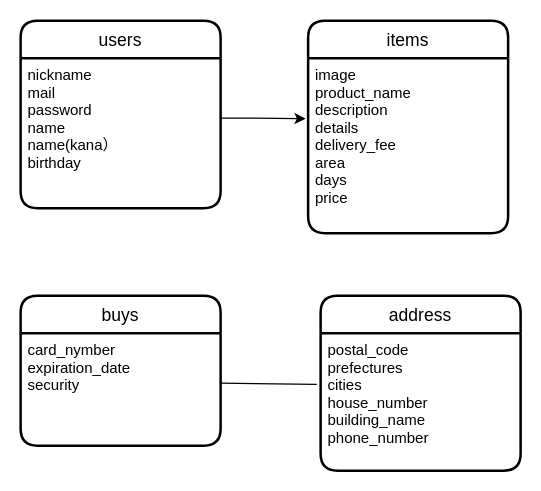
Earlier version of the draw.io diagram page "ページ1" (1 of 3) of ER.dio (33-toshi/furima-33348). Source tidied: cells renumbered, new cells numbered last; positions are measured from the earlier drawing's top-left corner, leaving out a move shared by most shapes. Both pictures are drawn from the tidied source at 125%, with x=0, y=0 at pixel (20, 20).
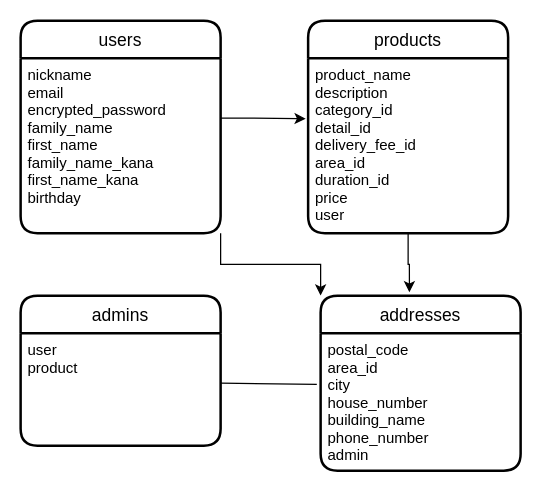
The same page after the edit.

The edit, as a diff of the source:
```diff
@@
 <mxGraphModel>
   <root>
     <mxCell id="0" />
     <mxCell id="1" parent="0" />
     <mxCell id="2" value="users" style="swimlane;horizontal=1;startSize=30;rounded=1;fontSize=14;fontStyle=0;strokeWidth=2;shadow=0;dashed=0;align=center;" parent="1" vertex="1">
-      <mxGeometry width="160" height="150" as="geometry" />
+      <mxGeometry width="160" height="170" as="geometry" />
     </mxCell>
-    <mxCell id="3" value="nickname&#10;mail&#10;password&#10;name&#10;name(kana）&#10;birthday" style="align=left;strokeColor=none;fillColor=none;spacingLeft=4;fontSize=12;verticalAlign=top;" parent="2" vertex="1">
-      <mxGeometry y="30" width="160" height="120" as="geometry" />
+    <mxCell id="3" value="nickname&#10;email&#10;encrypted_password&#10;family_name&#10;first_name&#10;family_name_kana&#10;first_name_kana&#10;birthday" style="align=left;strokeColor=none;fillColor=none;spacingLeft=4;fontSize=12;verticalAlign=top;" parent="2" vertex="1">
+      <mxGeometry y="30" width="160" height="140" as="geometry" />
     </mxCell>
     <mxCell id="4" style="edgeStyle=orthogonalEdgeStyle;rounded=0;jettySize=auto;html=1;entryX=-0.012;entryY=0.346;entryDx=0;entryDy=0;entryPerimeter=0;" parent="1" edge="1" source="2" target="6">
       <mxGeometry relative="1" as="geometry">
         <Array as="points">
           <mxPoint x="180" y="78" />
           <mxPoint x="180" y="78" />
         </Array>
       </mxGeometry>
     </mxCell>
+    <mxCell id="13" style="edgeStyle=orthogonalEdgeStyle;rounded=0;jettySize=auto;html=1;exitX=0.5;exitY=1;exitDx=0;exitDy=0;entryX=0.444;entryY=-0.019;entryDx=0;entryDy=0;entryPerimeter=0;" parent="1" edge="1" source="5" target="10">
+      <mxGeometry relative="1" as="geometry" />
+    </mxCell>
-    <mxCell id="5" value="items" style="swimlane;horizontal=1;startSize=30;rounded=1;fontSize=14;fontStyle=0;strokeWidth=2;shadow=0;dashed=0;align=center;" parent="1" vertex="1">
+    <mxCell id="5" value="products" style="swimlane;horizontal=1;startSize=30;rounded=1;fontSize=14;fontStyle=0;strokeWidth=2;shadow=0;dashed=0;align=center;" parent="1" vertex="1">
       <mxGeometry x="230" width="160" height="170" as="geometry" />
     </mxCell>
-    <mxCell id="6" value="image&#10;product_name&#10;description&#10;details&#10;delivery_fee&#10;area&#10;days&#10;price" style="align=left;strokeColor=none;fillColor=none;spacingLeft=4;fontSize=12;verticalAlign=top;" parent="5" vertex="1">
+    <mxCell id="6" value="product_name&#10;description&#10;category_id&#10;detail_id&#10;delivery_fee_id&#10;area_id&#10;duration_id&#10;price&#10;user" style="align=left;strokeColor=none;fillColor=none;spacingLeft=4;fontSize=12;verticalAlign=top;" parent="5" vertex="1">
       <mxGeometry y="30" width="160" height="140" as="geometry" />
     </mxCell>
     <mxCell id="7" style="edgeStyle=orthogonalEdgeStyle;rounded=0;orthogonalLoop=1;jettySize=auto;html=1;exitX=0.5;exitY=1;exitDx=0;exitDy=0;" parent="5" edge="1" source="6" target="6">
       <mxGeometry relative="1" as="geometry" />
     </mxCell>
-    <mxCell id="8" value="buys" style="swimlane;horizontal=1;startSize=30;rounded=1;fontSize=14;fontStyle=0;strokeWidth=2;shadow=0;dashed=0;align=center;" parent="1" vertex="1">
+    <mxCell id="8" value="admins" style="swimlane;horizontal=1;startSize=30;rounded=1;fontSize=14;fontStyle=0;strokeWidth=2;shadow=0;dashed=0;align=center;" parent="1" vertex="1">
       <mxGeometry y="220" width="160" height="120" as="geometry" />
     </mxCell>
-    <mxCell id="9" value="card_nymber&#10;expiration_date&#10;security" style="align=left;strokeColor=none;fillColor=none;spacingLeft=4;fontSize=12;verticalAlign=top;" parent="8" vertex="1">
+    <mxCell id="9" value="user&#10;product" style="align=left;strokeColor=none;fillColor=none;spacingLeft=4;fontSize=12;verticalAlign=top;" parent="8" vertex="1">
       <mxGeometry y="30" width="160" height="90" as="geometry" />
     </mxCell>
-    <mxCell id="10" value="address" style="swimlane;horizontal=1;startSize=30;rounded=1;fontSize=14;fontStyle=0;strokeWidth=2;shadow=0;dashed=0;align=center;" parent="1" vertex="1">
+    <mxCell id="10" value="addresses" style="swimlane;horizontal=1;startSize=30;rounded=1;fontSize=14;fontStyle=0;strokeWidth=2;shadow=0;dashed=0;align=center;" parent="1" vertex="1">
       <mxGeometry x="240" y="220" width="160" height="140" as="geometry" />
     </mxCell>
-    <mxCell id="11" value="postal_code&#10;prefectures&#10;cities&#10;house_number&#10;building_name&#10;phone_number&#10;" style="align=left;strokeColor=none;fillColor=none;spacingLeft=4;fontSize=12;verticalAlign=top;" parent="10" vertex="1">
+    <mxCell id="11" value="postal_code&#10;area_id&#10;city&#10;house_number&#10;building_name&#10;phone_number&#10;admin" style="align=left;strokeColor=none;fillColor=none;spacingLeft=4;fontSize=12;verticalAlign=top;" parent="10" vertex="1">
       <mxGeometry y="30" width="160" height="110" as="geometry" />
     </mxCell>
     <mxCell id="12" style="endArrow=none;html=1;rounded=0;entryX=-0.019;entryY=0.373;entryDx=0;entryDy=0;entryPerimeter=0;" parent="1" edge="1" target="11">
       <mxGeometry relative="1" as="geometry">
         <mxPoint x="160" y="290" as="sourcePoint" />
       </mxGeometry>
     </mxCell>
+    <mxCell id="14" style="edgeStyle=orthogonalEdgeStyle;rounded=0;jettySize=auto;html=1;exitX=1;exitY=1;exitDx=0;exitDy=0;entryX=0;entryY=0;entryDx=0;entryDy=0;" parent="1" edge="1" source="3" target="10">
+      <mxGeometry relative="1" as="geometry" />
+    </mxCell>
   </root>
 </mxGraphModel>
```
